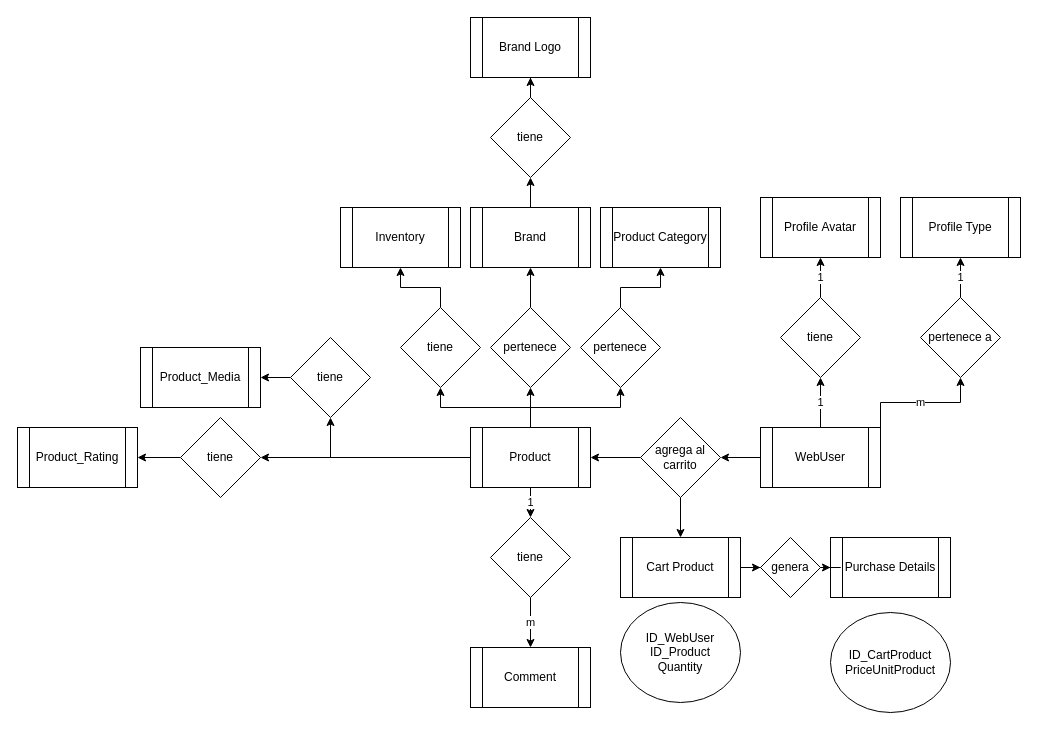
This is devlog/Diagrama ER.drawio from RCBryank/TechStore-eShop, a draw.io file, before an edit. Source tidied: cells renumbered, new cells numbered last; positions are measured from the earlier drawing's top-left corner, leaving out a move shared by most shapes. Both pictures are drawn from the tidied source at 100%, with x=0, y=0 at pixel (17, 17).
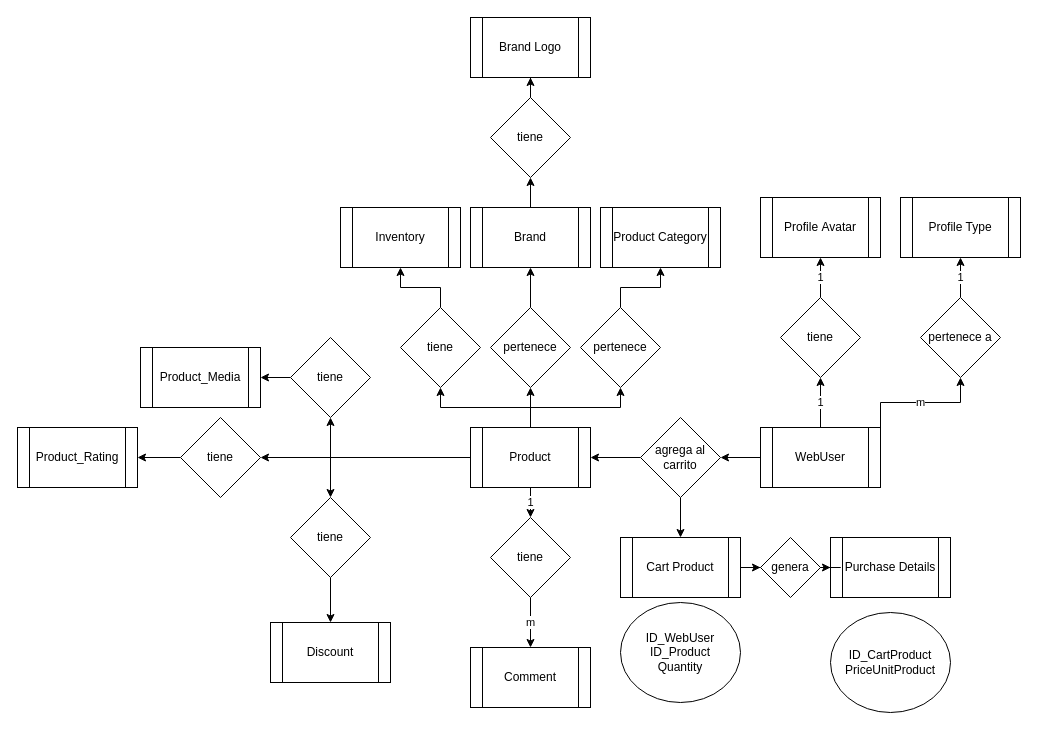
The same page after the edit.

The change refers to these unchanged cells:
```xml
<mxCell id="18" value="Product" style="shape=process;whiteSpace=wrap;html=1;backgroundOutline=1;" parent="1" vertex="1">
  <mxGeometry x="453" y="410" width="120" height="60" as="geometry" />
</mxCell>
```

What changed in the source:
```diff
@@
+    <mxCell id="51" style="edgeStyle=orthogonalEdgeStyle;rounded=0;jettySize=auto;html=1;exitX=0;exitY=0.5;exitDx=0;exitDy=0;entryX=0.5;entryY=0;entryDx=0;entryDy=0;" parent="1" edge="1" source="18" target="54">
+      <mxGeometry relative="1" as="geometry" />
+    </mxCell>
@@
+    <mxCell id="52" value="Discount" style="shape=process;whiteSpace=wrap;html=1;backgroundOutline=1;" parent="1" vertex="1">
+      <mxGeometry x="253" y="605" width="120" height="60" as="geometry" />
+    </mxCell>
+    <mxCell id="53" style="edgeStyle=orthogonalEdgeStyle;rounded=0;jettySize=auto;html=1;" parent="1" edge="1" source="54" target="52">
+      <mxGeometry relative="1" as="geometry" />
+    </mxCell>
+    <mxCell id="54" value="tiene" style="rhombus;whiteSpace=wrap;html=1;" parent="1" vertex="1">
+      <mxGeometry x="273" y="480" width="80" height="80" as="geometry" />
+    </mxCell>
```
